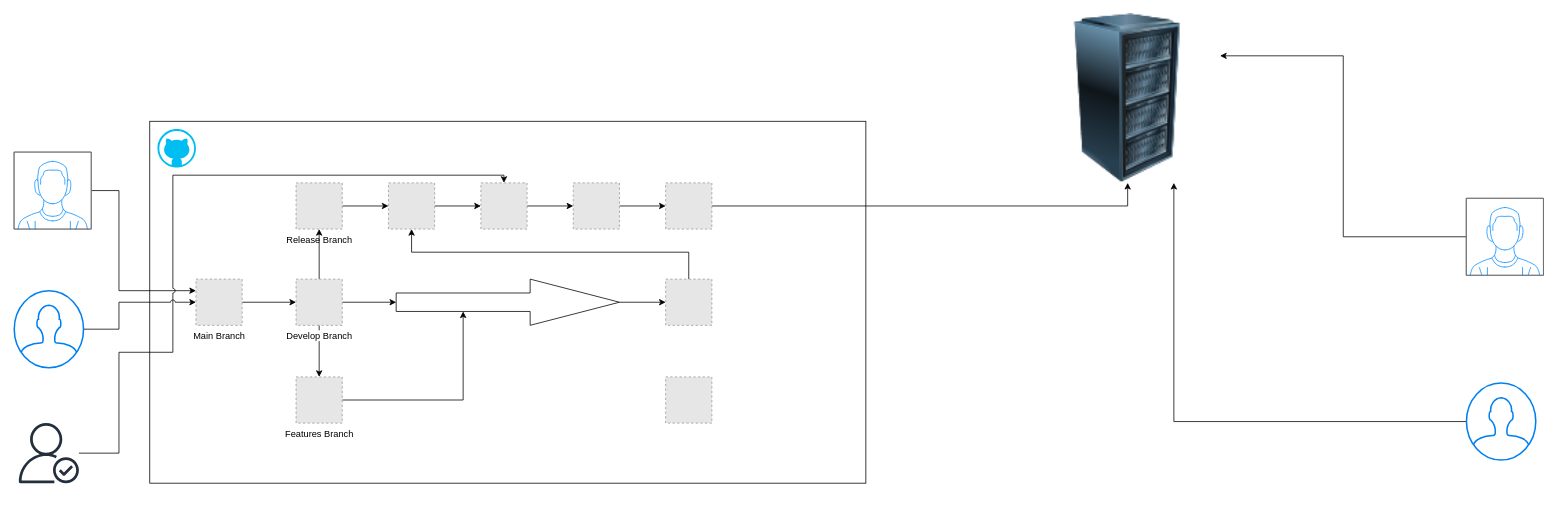
Earlier version of the draw.io diagram TernKey_GitHub.drawio (kir-hakeem/architecture-designs). Source tidied: cells renumbered, new cells numbered last; positions are measured from the earlier drawing's top-left corner, leaving out a move shared by most shapes. Both pictures are drawn from the tidied source at 77%, with x=0, y=0 at pixel (14, 13). Pictures stored in the file or linked from it are replaced by grey dashed boxes.
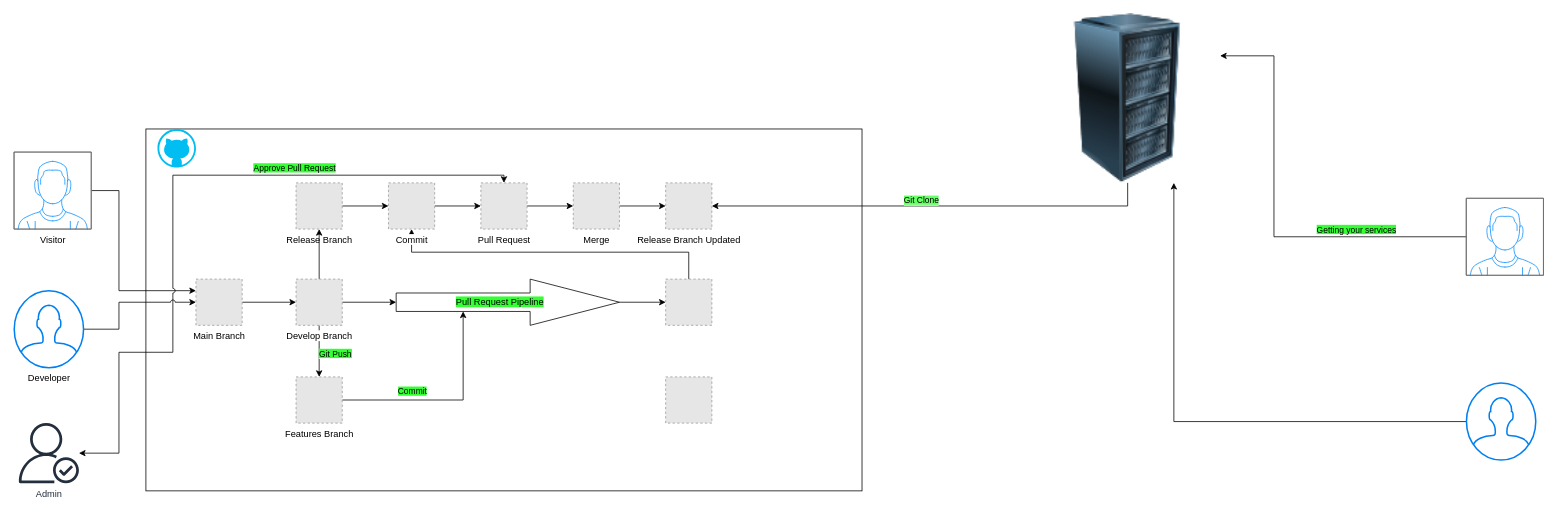
The same diagram, later.

The change refers to these unchanged cells:
```xml
<mxCell id="15" style="edgeStyle=orthogonalEdgeStyle;rounded=0;jettySize=auto;html=1;" parent="1" edge="1" source="17" target="19">
  <mxGeometry relative="1" as="geometry" />
</mxCell>
<mxCell id="18" style="edgeStyle=orthogonalEdgeStyle;rounded=0;jettySize=auto;html=1;jumpStyle=arc;entryX=0;entryY=0;entryDx=87;entryDy=42;entryPerimeter=0;" parent="1" edge="1" source="19" target="37">
  <mxGeometry relative="1" as="geometry">
    <Array as="points">
      <mxPoint x="583" y="502" />
    </Array>
  </mxGeometry>
</mxCell>
<mxCell id="31" style="image;html=1;image=img/lib/clip_art/computers/Server_Rack_128x128.png;" parent="1" vertex="1">
  <mxGeometry x="1326" width="240" height="220" as="geometry" />
</mxCell>
<mxCell id="33" style="verticalLabelPosition=bottom;shadow=0;dashed=0;align=center;html=1;verticalAlign=top;strokeWidth=1;shape=mxgraph.mockup.containers.userMale;strokeColor=#666666;strokeColor2=#008cff;" parent="1" vertex="1">
  <mxGeometry x="1886" y="240" width="100" height="100" as="geometry" />
</mxCell>
```

The edit, as a diff of the source:
```diff
@@
     <mxCell id="2" style="rounded=0;whiteSpace=wrap;html=1;fillColor=default;strokeColor=default;perimeterSpacing=2;" parent="1" vertex="1">
-      <mxGeometry x="176" y="140" width="930" height="470" as="geometry" />
+      <mxGeometry x="171" y="150" width="930" height="470" as="geometry" />
     </mxCell>
@@
-    <mxCell id="4" style="verticalLabelPosition=bottom;shadow=0;dashed=0;align=center;html=1;verticalAlign=top;strokeWidth=1;shape=mxgraph.mockup.containers.userMale;strokeColor=#666666;strokeColor2=#008cff;" parent="1" vertex="1">
+    <mxCell id="4" value="&lt;div&gt;Visitor &lt;br&gt;&lt;/div&gt;" style="verticalLabelPosition=bottom;shadow=0;dashed=0;align=center;html=1;verticalAlign=top;strokeWidth=1;shape=mxgraph.mockup.containers.userMale;strokeColor=#666666;strokeColor2=#008cff;" parent="1" vertex="1">
       <mxGeometry y="180" width="100" height="100" as="geometry" />
     </mxCell>
-    <mxCell id="5" style="edgeStyle=orthogonalEdgeStyle;rounded=0;jettySize=auto;html=1;entryX=0.5;entryY=0;entryDx=0;entryDy=0;jumpStyle=arc;" parent="1" edge="1" source="6" target="28">
+    <mxCell id="5" style="edgeStyle=orthogonalEdgeStyle;rounded=0;jettySize=auto;html=1;entryX=0.5;entryY=0;entryDx=0;entryDy=0;jumpStyle=arc;startArrow=classic;startFill=1;endArrow=classic;endFill=1;" parent="1" edge="1" source="6" target="28">
       <mxGeometry relative="1" as="geometry">
         <Array as="points">
           <mxPoint x="136" y="571" />
           <mxPoint x="136" y="440" />
           <mxPoint x="206" y="440" />
           <mxPoint x="206" y="210" />
           <mxPoint x="636" y="210" />
         </Array>
       </mxGeometry>
     </mxCell>
+    <mxCell id="38" value="&lt;div&gt;&lt;span style=&quot;background-color: rgb(51, 255, 51);&quot;&gt;Approve Pull Request&lt;/span&gt;&lt;/div&gt;" style="edgeLabel;html=1;align=center;verticalAlign=middle;" parent="5" vertex="1">
+      <mxGeometry x="0.39" y="-3" relative="1" as="geometry">
+        <mxPoint x="-1" y="-13" as="offset" />
+      </mxGeometry>
+    </mxCell>
-    <mxCell id="6" style="sketch=0;outlineConnect=0;fontColor=#232F3E;gradientColor=none;fillColor=#232F3D;strokeColor=none;dashed=0;verticalLabelPosition=bottom;verticalAlign=top;align=center;html=1;fontSize=12;fontStyle=0;shape=mxgraph.aws4.authenticated_user;" parent="1" vertex="1">
+    <mxCell id="6" value="Admin" style="sketch=0;outlineConnect=0;fontColor=#232F3E;gradientColor=none;fillColor=#232F3D;strokeColor=none;dashed=0;verticalLabelPosition=bottom;verticalAlign=top;align=center;html=1;fontSize=12;fontStyle=0;shape=mxgraph.aws4.authenticated_user;" parent="1" vertex="1">
       <mxGeometry x="6" y="532" width="78" height="78" as="geometry" />
     </mxCell>
@@
-    <mxCell id="8" style="html=1;verticalLabelPosition=bottom;align=center;labelBackgroundColor=#ffffff;verticalAlign=top;strokeWidth=2;strokeColor=#0080F0;shadow=0;dashed=0;shape=mxgraph.ios7.icons.user;" parent="1" vertex="1">
+    <mxCell id="8" value="&lt;div&gt;Developer&lt;/div&gt;" style="html=1;verticalLabelPosition=bottom;align=center;labelBackgroundColor=#ffffff;verticalAlign=top;strokeWidth=2;strokeColor=#0080F0;shadow=0;dashed=0;shape=mxgraph.ios7.icons.user;" parent="1" vertex="1">
       <mxGeometry y="360" width="90" height="100" as="geometry" />
     </mxCell>
@@
+    <mxCell id="39" value="&lt;span style=&quot;background-color: rgb(51, 255, 51);&quot;&gt;Git Push&lt;/span&gt;" style="edgeLabel;html=1;align=center;verticalAlign=middle;" parent="15" vertex="1">
+      <mxGeometry x="0.08" y="2" relative="1" as="geometry">
+        <mxPoint x="18" as="offset" />
+      </mxGeometry>
+    </mxCell>
@@
+    <mxCell id="40" value="&lt;span style=&quot;background-color: rgb(51, 255, 51);&quot;&gt;Commit &lt;/span&gt;" style="edgeLabel;html=1;align=center;verticalAlign=middle;" parent="18" vertex="1">
+      <mxGeometry x="-0.28" y="-1" relative="1" as="geometry">
+        <mxPoint x="-8" y="-13" as="offset" />
+      </mxGeometry>
+    </mxCell>
@@
-    <mxCell id="20" style="edgeStyle=orthogonalEdgeStyle;rounded=0;jettySize=auto;html=1;entryX=0.5;entryY=1;entryDx=0;entryDy=0;" parent="1" edge="1" source="21" target="31">
-      <mxGeometry relative="1" as="geometry" />
-    </mxCell>
-    <mxCell id="21" style="fillColor=#E6E6E6;strokeColor=#999999;dashed=1;html=1;verticalAlign=top;verticalLabelPosition=bottom;labelBackgroundColor=#ffffff;" parent="1" vertex="1">
+    <mxCell id="21" value="Release Branch Updated" style="fillColor=#E6E6E6;strokeColor=#999999;dashed=1;html=1;verticalAlign=top;verticalLabelPosition=bottom;labelBackgroundColor=#ffffff;" parent="1" vertex="1">
       <mxGeometry x="846" y="220" width="60" height="60" as="geometry" />
     </mxCell>
@@
-    <mxCell id="26" style="fillColor=#E6E6E6;strokeColor=#999999;dashed=1;html=1;verticalAlign=top;verticalLabelPosition=bottom;labelBackgroundColor=#ffffff;" parent="1" vertex="1">
+    <mxCell id="26" value="Commit" style="fillColor=#E6E6E6;strokeColor=#999999;dashed=1;html=1;verticalAlign=top;verticalLabelPosition=bottom;labelBackgroundColor=#ffffff;" parent="1" vertex="1">
       <mxGeometry x="486" y="220" width="60" height="60" as="geometry" />
     </mxCell>
@@
-    <mxCell id="28" style="fillColor=#E6E6E6;strokeColor=#999999;dashed=1;html=1;verticalAlign=top;verticalLabelPosition=bottom;labelBackgroundColor=#ffffff;" parent="1" vertex="1">
+    <mxCell id="28" value="Pull Request" style="fillColor=#E6E6E6;strokeColor=#999999;dashed=1;html=1;verticalAlign=top;verticalLabelPosition=bottom;labelBackgroundColor=#ffffff;" parent="1" vertex="1">
       <mxGeometry x="606" y="220" width="60" height="60" as="geometry" />
     </mxCell>
@@
-    <mxCell id="30" style="fillColor=#E6E6E6;strokeColor=#999999;dashed=1;html=1;verticalAlign=top;verticalLabelPosition=bottom;labelBackgroundColor=#ffffff;" parent="1" vertex="1">
+    <mxCell id="30" value="Merge" style="fillColor=#E6E6E6;strokeColor=#999999;dashed=1;html=1;verticalAlign=top;verticalLabelPosition=bottom;labelBackgroundColor=#ffffff;" parent="1" vertex="1">
       <mxGeometry x="726" y="220" width="60" height="60" as="geometry" />
     </mxCell>
+    <mxCell id="41" style="edgeStyle=orthogonalEdgeStyle;rounded=0;jettySize=auto;html=1;entryX=1;entryY=0.5;entryDx=0;entryDy=0;" parent="1" edge="1" source="31" target="21">
+      <mxGeometry relative="1" as="geometry">
+        <Array as="points">
+          <mxPoint x="1446" y="250" />
+        </Array>
+      </mxGeometry>
+    </mxCell>
+    <mxCell id="42" value="&lt;span style=&quot;background-color: rgb(102, 255, 102);&quot;&gt;Git Clone&lt;/span&gt;" style="edgeLabel;html=1;align=center;verticalAlign=middle;imageWidth=24;imageHeight=29;" parent="41" vertex="1">
+      <mxGeometry x="0.05" relative="1" as="geometry">
+        <mxPoint y="-8" as="offset" />
+      </mxGeometry>
+    </mxCell>
@@
     <mxCell id="32" style="edgeStyle=orthogonalEdgeStyle;rounded=0;jettySize=auto;html=1;entryX=1;entryY=0.25;entryDx=0;entryDy=0;" parent="1" edge="1" source="33" target="31">
-      <mxGeometry relative="1" as="geometry" />
+      <mxGeometry relative="1" as="geometry">
+        <Array as="points">
+          <mxPoint x="1636" y="290" />
+          <mxPoint x="1636" y="55" />
+        </Array>
+      </mxGeometry>
     </mxCell>
+    <mxCell id="43" value="&lt;div&gt;&lt;span style=&quot;background-color: rgb(51, 255, 51);&quot;&gt;Getting your services &lt;/span&gt;&lt;br&gt;&lt;/div&gt;" style="edgeLabel;html=1;align=center;verticalAlign=middle;" parent="32" vertex="1">
+      <mxGeometry x="-0.48" y="3" relative="1" as="geometry">
+        <mxPoint y="-13" as="offset" />
+      </mxGeometry>
+    </mxCell>
@@
+    <mxCell id="44" value="&lt;span style=&quot;background-color: rgb(51, 255, 51);&quot;&gt;Pull Request Pipeline&lt;/span&gt;" style="text;html=1;align=center;verticalAlign=middle;whiteSpace=wrap;rounded=0;" parent="1" vertex="1">
+      <mxGeometry x="546" y="370" width="170" height="10" as="geometry" />
+    </mxCell>
```
